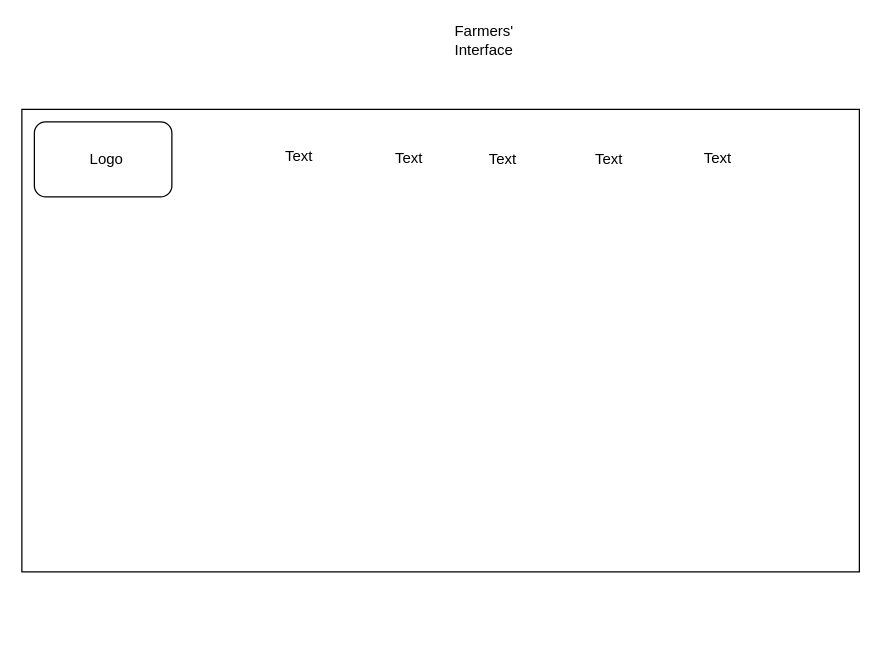
Knowledge832/Final-Year-Project-2023 keeps this draw.io diagram as Final Year Project.drawio. Above is the earlier version. Source tidied: cells renumbered, new cells numbered last; positions are measured from the earlier drawing's top-left corner, leaving out a move shared by most shapes. Both pictures are drawn from the tidied source at 125%, with x=0, y=0 at pixel (21, 21).
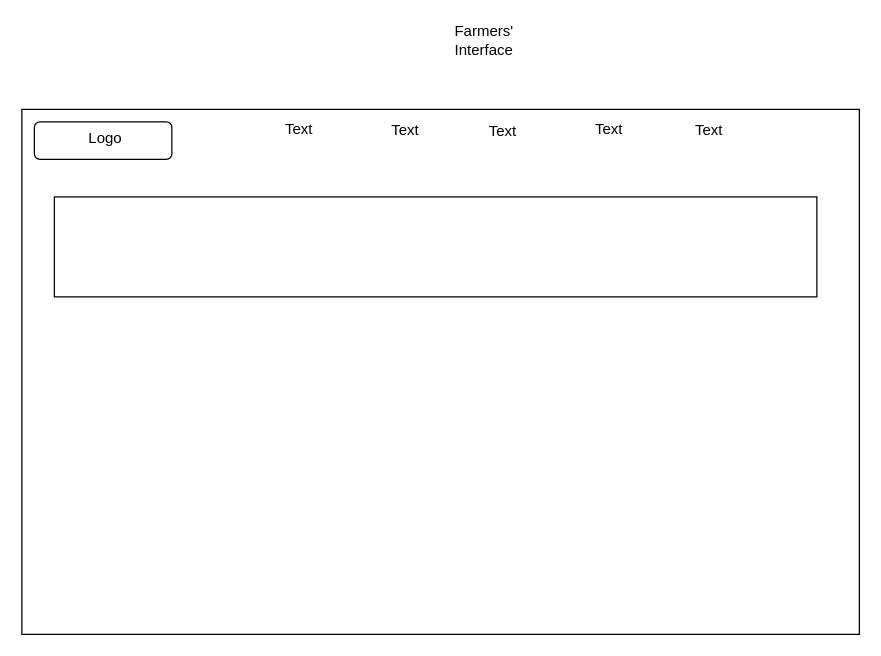
Above is the later version.

Diff of the diagram source:
```diff
@@
 <mxGraphModel>
   <root>
     <mxCell id="0" />
     <mxCell id="1" parent="0" />
     <mxCell id="2" style="rounded=0;whiteSpace=wrap;html=1;" parent="1" vertex="1">
-      <mxGeometry y="70" width="670" height="370" as="geometry" />
+      <mxGeometry y="70" width="670" height="420" as="geometry" />
     </mxCell>
     <mxCell id="3" value="Farmers' Interface" style="text;html=1;strokeColor=none;fillColor=none;align=center;verticalAlign=middle;whiteSpace=wrap;rounded=0;" parent="1" vertex="1">
       <mxGeometry x="340" width="60" height="30" as="geometry" />
     </mxCell>
     <mxCell id="4" style="rounded=1;whiteSpace=wrap;html=1;" parent="1" vertex="1">
-      <mxGeometry x="10" y="80" width="110" height="60" as="geometry" />
+      <mxGeometry x="10" y="80" width="110" height="30" as="geometry" />
     </mxCell>
     <mxCell id="5" value="Logo&lt;br&gt;" style="text;html=1;strokeColor=none;fillColor=none;align=center;verticalAlign=middle;whiteSpace=wrap;rounded=0;" parent="1" vertex="1">
-      <mxGeometry x="38" y="95" width="60" height="30" as="geometry" />
+      <mxGeometry x="37" y="78" width="60" height="30" as="geometry" />
     </mxCell>
     <mxCell id="6" value="Text" style="text;html=1;strokeColor=none;fillColor=none;align=center;verticalAlign=middle;whiteSpace=wrap;rounded=0;" parent="1" vertex="1">
-      <mxGeometry x="192" y="93" width="60" height="30" as="geometry" />
+      <mxGeometry x="192" y="71" width="60" height="30" as="geometry" />
     </mxCell>
     <mxCell id="7" value="Text" style="text;html=1;strokeColor=none;fillColor=none;align=center;verticalAlign=middle;whiteSpace=wrap;rounded=0;" parent="1" vertex="1">
-      <mxGeometry x="280" y="94" width="60" height="30" as="geometry" />
+      <mxGeometry x="277" y="72" width="60" height="30" as="geometry" />
     </mxCell>
     <mxCell id="8" value="Text" style="text;html=1;strokeColor=none;fillColor=none;align=center;verticalAlign=middle;whiteSpace=wrap;rounded=0;" parent="1" vertex="1">
-      <mxGeometry x="355" y="95" width="60" height="30" as="geometry" />
+      <mxGeometry x="355" y="73" width="60" height="30" as="geometry" />
     </mxCell>
     <mxCell id="9" value="Text" style="text;html=1;strokeColor=none;fillColor=none;align=center;verticalAlign=middle;whiteSpace=wrap;rounded=0;" parent="1" vertex="1">
-      <mxGeometry x="440" y="95" width="60" height="30" as="geometry" />
+      <mxGeometry x="440" y="71" width="60" height="30" as="geometry" />
     </mxCell>
     <mxCell id="10" value="Text" style="text;html=1;strokeColor=none;fillColor=none;align=center;verticalAlign=middle;whiteSpace=wrap;rounded=0;" parent="1" vertex="1">
-      <mxGeometry x="527" y="94" width="60" height="30" as="geometry" />
+      <mxGeometry x="520" y="72" width="60" height="30" as="geometry" />
     </mxCell>
+    <mxCell id="11" style="rounded=0;whiteSpace=wrap;html=1;" parent="1" vertex="1">
+      <mxGeometry x="26" y="140" width="610" height="80" as="geometry" />
+    </mxCell>
   </root>
 </mxGraphModel>
```
